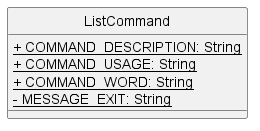
nus-cs2113-AY2223S1/tp keeps this PlantUML diagram as docs/images/ByeCommandClass.png. Above is the earlier version.
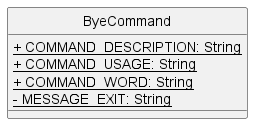
The same diagram one commit later.

Change to the diagram source:
```diff
@@ -2,7 +2,7 @@
 hide circle
 skinparam classAttributeIconSize 0
 
-class ListCommand {
+class ByeCommand {
     <u>+ COMMAND_DESCRIPTION: String
     <u>+ COMMAND_USAGE: String
     <u>+ COMMAND_WORD: String
```
